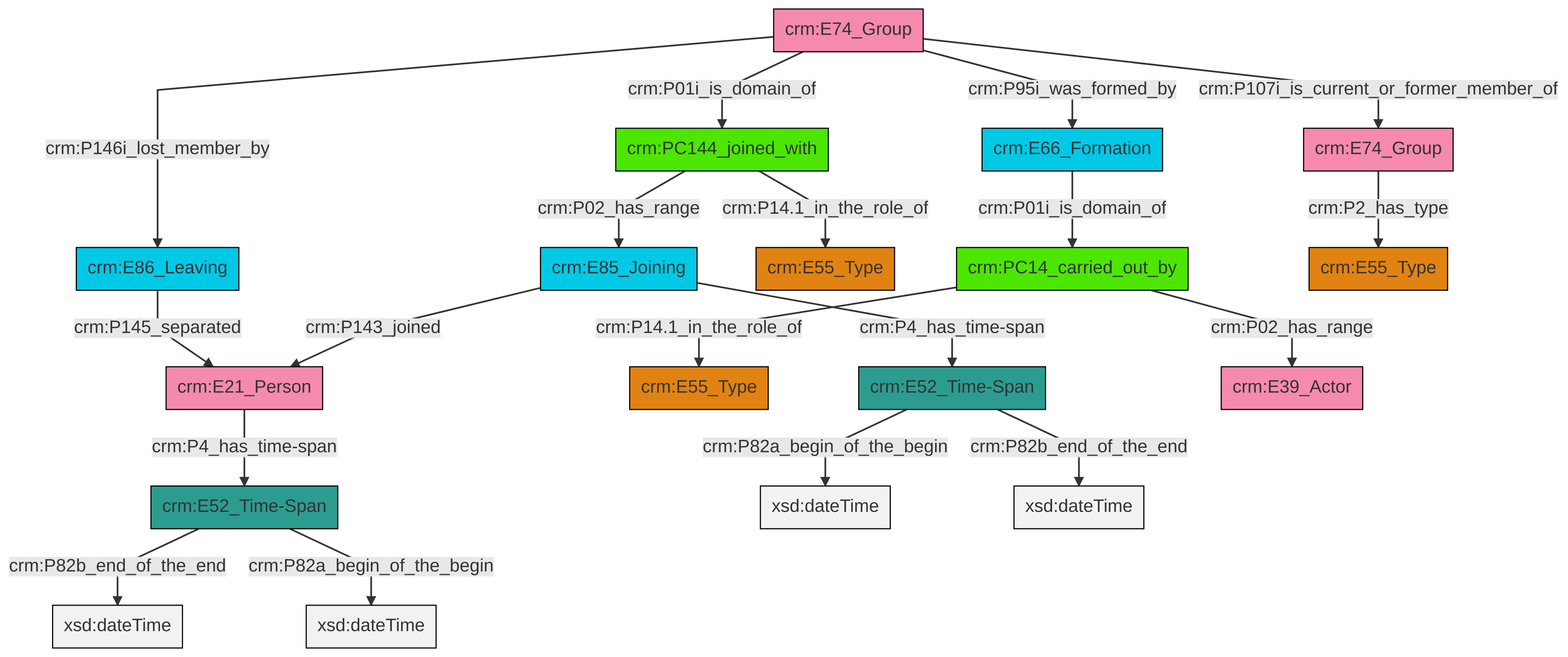
This is et/groupCSV/ttl/mmd/png/group_actor_relations.png from swiss-art-research-net/reference-data-models, a Mermaid export, as it was before one commit. Its source is kept beside it as et/groupCSV/ttl/mmd/group_actor_relations.ttl.mmd.
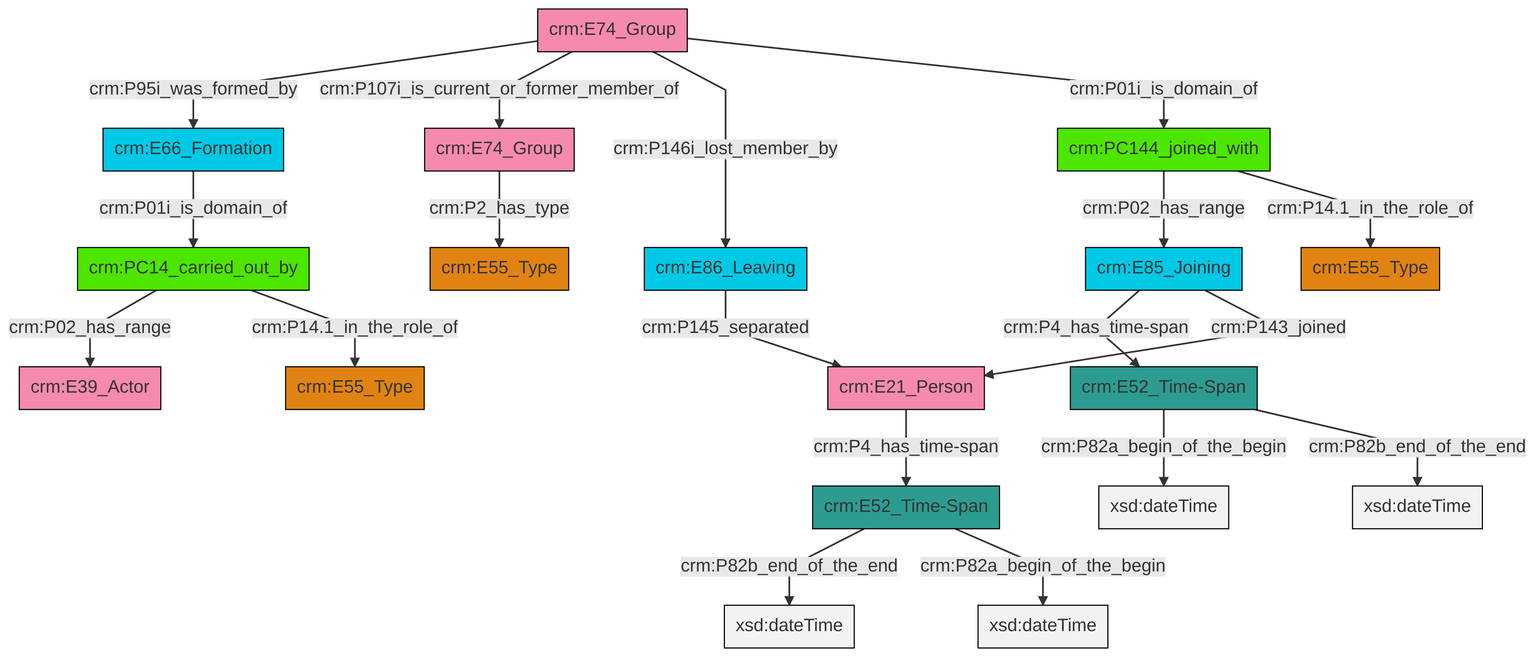
After the change.

The edit, as a diff of the source:
```diff
@@ -13,21 +13,21 @@
 classDef PC_Classes fill:#4ce600, stroke:#000000;
 classDef Multi fill:#cccccc,stroke:#000000;
 
-0["crm:E74_Group"]:::Actor -->|crm:P01i_is_domain_of| 1["crm:PC144_joined_with"]:::PC_Classes
-2["crm:E86_Leaving"]:::Temporal_Entity -->|crm:P145_separated| 3["crm:E21_Person"]:::Actor
-6["crm:E85_Joining"]:::Temporal_Entity -->|crm:P143_joined| 3["crm:E21_Person"]:::Actor
-6["crm:E85_Joining"]:::Temporal_Entity -->|crm:P4_has_time-span| 11["crm:E52_Time-Span"]:::Time-Span
-12["crm:E52_Time-Span"]:::Time-Span -->|crm:P82b_end_of_the_end| 13[xsd:dateTime]:::Literal
-0["crm:E74_Group"]:::Actor -->|crm:P107i_is_current_or_former_member_of| 14["crm:E74_Group"]:::Actor
-11["crm:E52_Time-Span"]:::Time-Span -->|crm:P82a_begin_of_the_begin| 15[xsd:dateTime]:::Literal
-16["crm:E66_Formation"]:::Temporal_Entity -->|crm:P01i_is_domain_of| 9["crm:PC14_carried_out_by"]:::PC_Classes
-11["crm:E52_Time-Span"]:::Time-Span -->|crm:P82b_end_of_the_end| 19[xsd:dateTime]:::Literal
-1["crm:PC144_joined_with"]:::PC_Classes -->|crm:P02_has_range| 6["crm:E85_Joining"]:::Temporal_Entity
-9["crm:PC14_carried_out_by"]:::PC_Classes -->|crm:P14.1_in_the_role_of| 4["crm:E55_Type"]:::Type
-0["crm:E74_Group"]:::Actor -->|crm:P95i_was_formed_by| 16["crm:E66_Formation"]:::Temporal_Entity
-0["crm:E74_Group"]:::Actor -->|crm:P146i_lost_member_by| 2["crm:E86_Leaving"]:::Temporal_Entity
-1["crm:PC144_joined_with"]:::PC_Classes -->|crm:P14.1_in_the_role_of| 7["crm:E55_Type"]:::Type
-14["crm:E74_Group"]:::Actor -->|crm:P2_has_type| 21["crm:E55_Type"]:::Type
-3["crm:E21_Person"]:::Actor -->|crm:P4_has_time-span| 12["crm:E52_Time-Span"]:::Time-Span
-12["crm:E52_Time-Span"]:::Time-Span -->|crm:P82a_begin_of_the_begin| 33[xsd:dateTime]:::Literal
-9["crm:PC14_carried_out_by"]:::PC_Classes -->|crm:P02_has_range| 30["crm:E39_Actor"]:::Actor
+4["crm:E66_Formation"]:::Temporal_Entity -->|crm:P01i_is_domain_of| 5["crm:PC14_carried_out_by"]:::PC_Classes
+11["crm:E74_Group"]:::Actor -->|crm:P95i_was_formed_by| 4["crm:E66_Formation"]:::Temporal_Entity
+11["crm:E74_Group"]:::Actor -->|crm:P107i_is_current_or_former_member_of| 12["crm:E74_Group"]:::Actor
+0["crm:E21_Person"]:::Actor -->|crm:P4_has_time-span| 14["crm:E52_Time-Span"]:::Time-Span
+11["crm:E74_Group"]:::Actor -->|crm:P146i_lost_member_by| 15["crm:E86_Leaving"]:::Temporal_Entity
+5["crm:PC14_carried_out_by"]:::PC_Classes -->|crm:P02_has_range| 16["crm:E39_Actor"]:::Actor
+17["crm:E85_Joining"]:::Temporal_Entity -->|crm:P4_has_time-span| 18["crm:E52_Time-Span"]:::Time-Span
+17["crm:E85_Joining"]:::Temporal_Entity -->|crm:P143_joined| 0["crm:E21_Person"]:::Actor
+12["crm:E74_Group"]:::Actor -->|crm:P2_has_type| 2["crm:E55_Type"]:::Type
+18["crm:E52_Time-Span"]:::Time-Span -->|crm:P82a_begin_of_the_begin| 20[xsd:dateTime]:::Literal
+5["crm:PC14_carried_out_by"]:::PC_Classes -->|crm:P14.1_in_the_role_of| 9["crm:E55_Type"]:::Type
+26["crm:PC144_joined_with"]:::PC_Classes -->|crm:P02_has_range| 17["crm:E85_Joining"]:::Temporal_Entity
+14["crm:E52_Time-Span"]:::Time-Span -->|crm:P82b_end_of_the_end| 27[xsd:dateTime]:::Literal
+26["crm:PC144_joined_with"]:::PC_Classes -->|crm:P14.1_in_the_role_of| 22["crm:E55_Type"]:::Type
+11["crm:E74_Group"]:::Actor -->|crm:P01i_is_domain_of| 26["crm:PC144_joined_with"]:::PC_Classes
+18["crm:E52_Time-Span"]:::Time-Span -->|crm:P82b_end_of_the_end| 30[xsd:dateTime]:::Literal
+14["crm:E52_Time-Span"]:::Time-Span -->|crm:P82a_begin_of_the_begin| 31[xsd:dateTime]:::Literal
+15["crm:E86_Leaving"]:::Temporal_Entity -->|crm:P145_separated| 0["crm:E21_Person"]:::Actor
```
